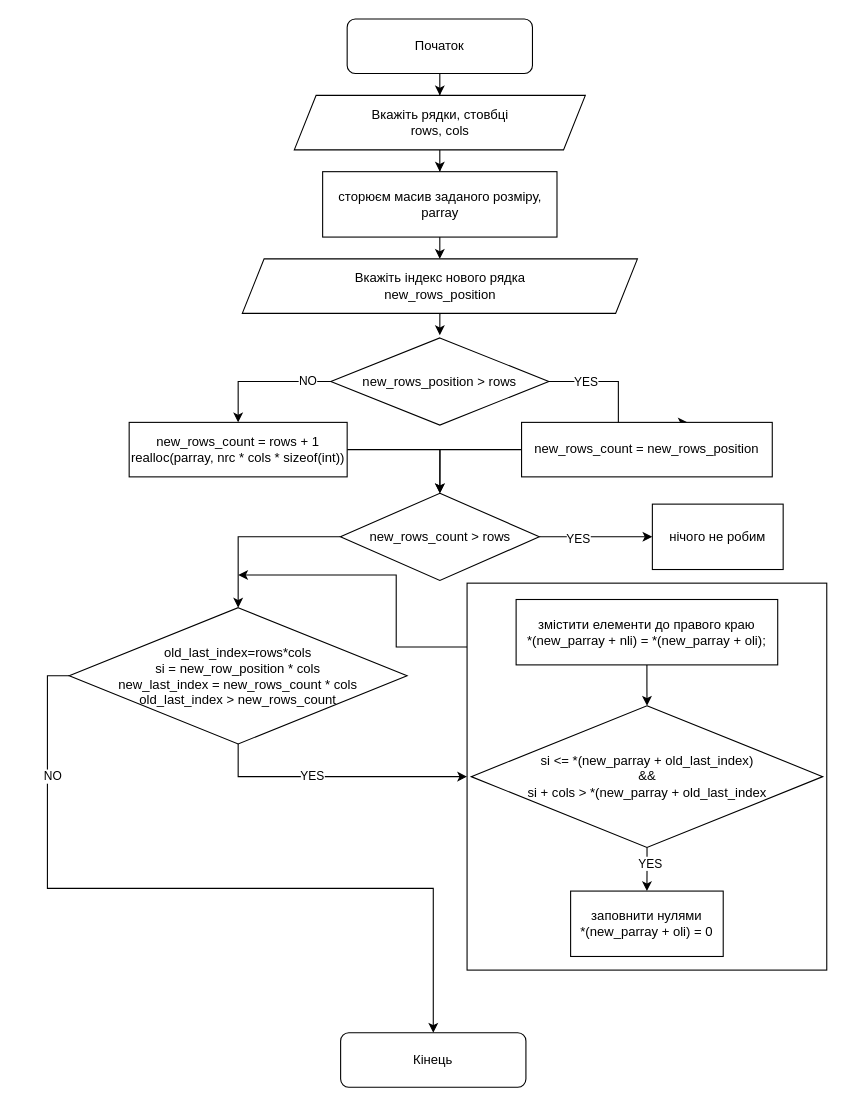
Before: page "insert-row-with-random-index" (2 of 3) of c_language/block-schemes.drawio in Gera3dartist/3PI-03, a draw.io diagram. Source tidied: cells renumbered, new cells numbered last; positions are measured from the earlier drawing's top-left corner, leaving out a move shared by most shapes. Both pictures are drawn from the tidied source at 109%, with x=0, y=0 at pixel (69, 19).
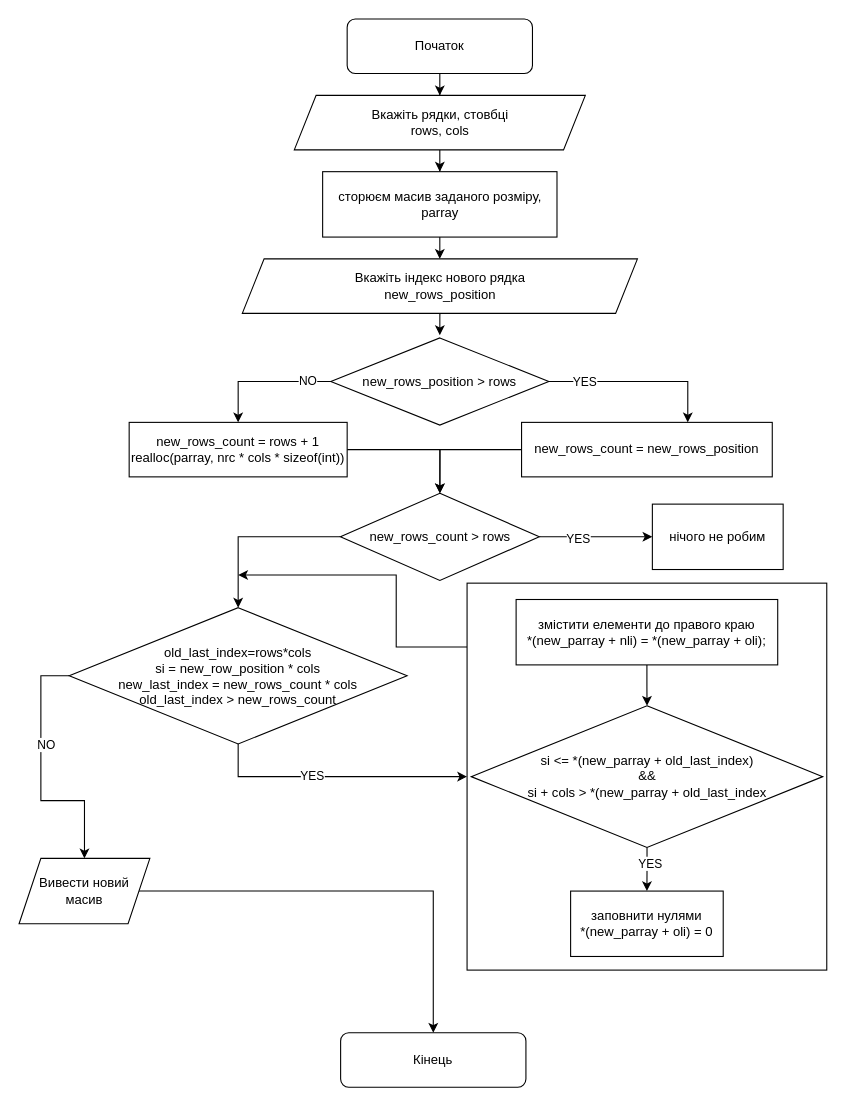
Above is the later version.

The change refers to these unchanged cells:
```xml
<mxCell id="12" value="Кінець" style="rounded=1;whiteSpace=wrap;html=1;" parent="1" vertex="1">
  <mxGeometry x="249" y="930" width="170" height="50" as="geometry" />
</mxCell>
<mxCell id="17" value="new_rows_position &amp;gt; rows" style="rhombus;whiteSpace=wrap;html=1;" parent="1" vertex="1">
  <mxGeometry x="240" y="292.5" width="200" height="80" as="geometry" />
</mxCell>
<mxCell id="30" value="old_last_index=rows*cols&lt;br&gt;si = new_row_position * cols&lt;br&gt;new_last_index = new_rows_count * cols &lt;br&gt;old_last_index &amp;gt; new_rows_count" style="rhombus;whiteSpace=wrap;html=1;" parent="1" vertex="1">
  <mxGeometry y="540" width="310" height="125" as="geometry" />
</mxCell>
```

The edit, as a diff of the source:
```diff
@@
     <mxCell id="13" style="edgeStyle=orthogonalEdgeStyle;rounded=0;jettySize=auto;html=1;exitX=1;exitY=0.5;exitDx=0;exitDy=0;entryX=0.5;entryY=0;entryDx=0;entryDy=0;" parent="1" edge="1" source="17">
       <mxGeometry relative="1" as="geometry">
         <mxPoint x="567.5" y="370" as="targetPoint" />
+        <Array as="points">
+          <mxPoint x="568" y="333" />
+        </Array>
       </mxGeometry>
     </mxCell>
@@
-    <mxCell id="28" style="edgeStyle=orthogonalEdgeStyle;rounded=0;jettySize=auto;html=1;exitX=0;exitY=0.5;exitDx=0;exitDy=0;" parent="1" edge="1" source="30" target="12">
-      <mxGeometry relative="1" as="geometry" />
-    </mxCell>
+    <mxCell id="37" style="edgeStyle=orthogonalEdgeStyle;rounded=0;jettySize=auto;html=1;entryX=0.5;entryY=0;entryDx=0;entryDy=0;" parent="1" edge="1" source="30" target="39">
+      <mxGeometry relative="1" as="geometry">
+        <Array as="points">
+          <mxPoint x="-26" y="603" />
+          <mxPoint x="-26" y="717" />
+          <mxPoint x="14" y="717" />
+        </Array>
+      </mxGeometry>
+    </mxCell>
-    <mxCell id="29" value="&lt;div&gt;NO&lt;/div&gt;" style="edgeLabel;html=1;align=center;verticalAlign=middle;" parent="28" vertex="1">
-      <mxGeometry x="-0.75" y="4" relative="1" as="geometry">
-        <mxPoint y="24" as="offset" />
-      </mxGeometry>
+    <mxCell id="29" value="NO" style="edgeLabel;html=1;align=center;verticalAlign=middle;" parent="37" vertex="1">
+      <mxGeometry x="-0.24" y="4" relative="1" as="geometry" />
     </mxCell>
@@
+    <mxCell id="38" style="edgeStyle=orthogonalEdgeStyle;rounded=0;jettySize=auto;html=1;entryX=0.5;entryY=0;entryDx=0;entryDy=0;" parent="1" edge="1" source="39" target="12">
+      <mxGeometry relative="1" as="geometry" />
+    </mxCell>
+    <mxCell id="39" value="Вивести новий масив" style="shape=parallelogram;perimeter=parallelogramPerimeter;whiteSpace=wrap;html=1;fixedSize=1;" parent="1" vertex="1">
+      <mxGeometry x="-46" y="770" width="120" height="60" as="geometry" />
+    </mxCell>
```
